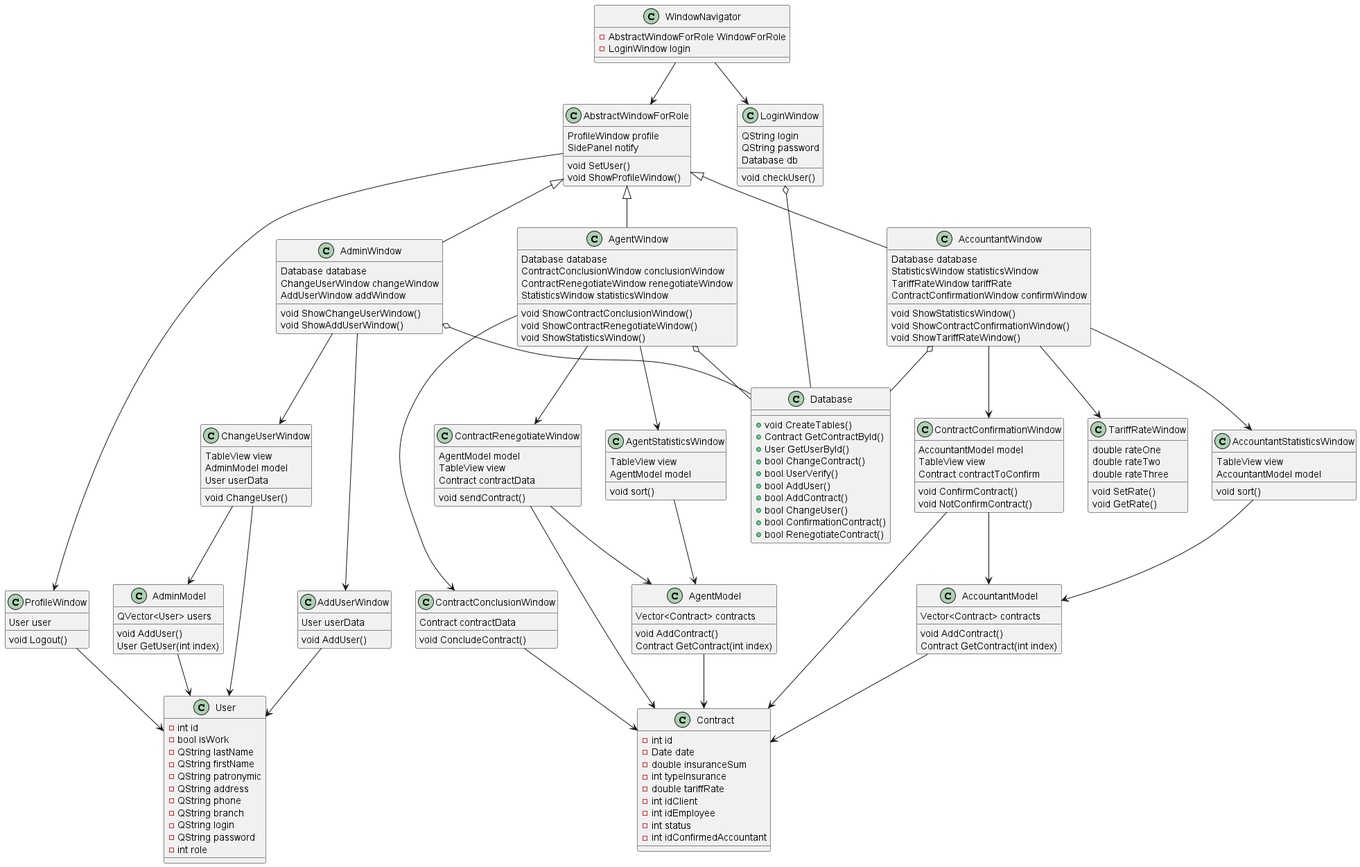
Earlier version of the PlantUML export out/Resource/Диаграмма классов/Класс.png (MiFit1/OSOGO).
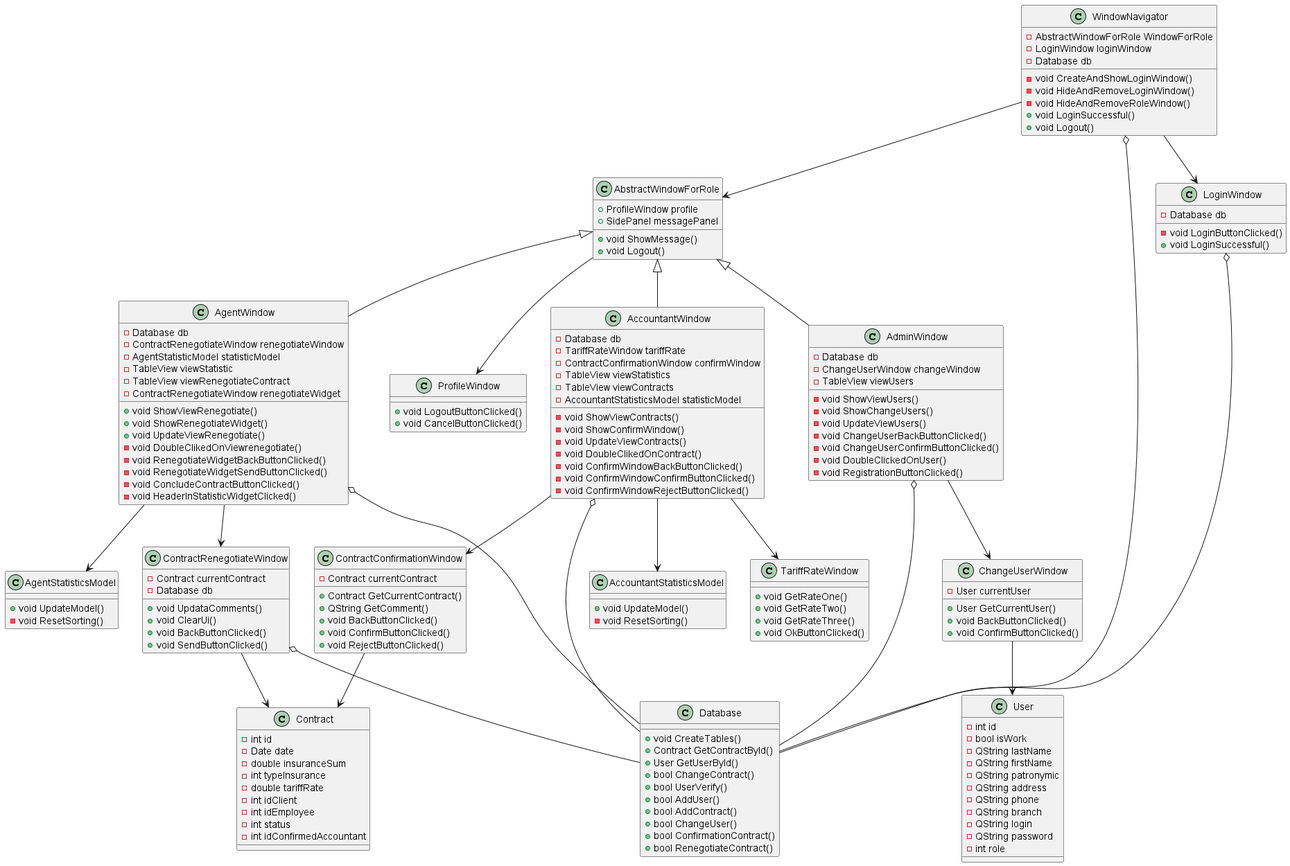
Later version of the same file.

The edit, as a diff of the source:
```diff
@@ -26,79 +26,74 @@
 }
 
 class ProfileWindow{
-   User user
-   void Logout()
+   +void LogoutButtonClicked()
+   +void CancelButtonClicked()
 }
 
 class  LoginWindow{
-   QString login
-   QString password
-   Database db
-   void checkUser()
+   -Database db
+   -void LoginButtonClicked()
+   +void LoginSuccessful()
 }
 
 class TariffRateWindow{
-   double rateOne
-   double rateTwo
-   double rateThree
-   void SetRate()
-   void GetRate()
+   +void GetRateOne()
+   +void GetRateTwo()
+   +void GetRateThree()
+   +void OkButtonClicked()
 }
 
 class ContractConfirmationWindow{
-   AccountantModel model
-   TableView view
-   Contract contractToConfirm
-   void ConfirmContract()
-   void NotConfirmContract()
-}
-
-class ContractConclusionWindow{
-   Contract contractData
-   void ConcludeContract()
+   -Contract currentContract
+   +Contract GetCurrentContract()
+   +QString GetComment()
+   +void BackButtonClicked()
+   +void ConfirmButtonClicked()
+   +void RejectButtonClicked()
 }
 
 class ContractRenegotiateWindow{
-   AgentModel model
-   TableView view
-   Contract contractData
-   void sendContract()
+   -Contract currentContract
+   -Database db
+   +void UpdataComments()
+   +void ClearUi()
+   +void BackButtonClicked()
+   +void SendButtonClicked()
 }
 
-class AccountantStatisticsWindow{
-   TableView view
-   AccountantModel model
-   void sort()
+class AccountantStatisticsModel{
+   +void UpdateModel()
+   -void ResetSorting()
 }
 
-class AgentStatisticsWindow{
-   TableView view
-   AgentModel model
-   void sort()
-}
-
-class AddUserWindow{
-   User userData
-   void AddUser()
+class AgentStatisticsModel{
+   +void UpdateModel()
+   -void ResetSorting()
 }
 
 class ChangeUserWindow{
-   TableView view
-   AdminModel model
-   User userData
-   void ChangeUser()
+   -User currentUser
+   +User GetCurrentUser()
+   +void BackButtonClicked()
+   +void ConfirmButtonClicked()
 }
 
 class AbstractWindowForRole{
-   ProfileWindow profile
-   SidePanel notify
-   void SetUser()
-   void ShowProfileWindow()
+   +ProfileWindow profile
+   +SidePanel messagePanel
+   +void ShowMessage()
+   +void Logout()
 }
 
 class WindowNavigator{
    -AbstractWindowForRole WindowForRole
-   -LoginWindow login
+   -LoginWindow loginWindow
+   -Database db
+   -void CreateAndShowLoginWindow()
+   -void HideAndRemoveLoginWindow()
+   -void HideAndRemoveRoleWindow()
+   +void LoginSuccessful()
+   +void Logout()
 }
 
 class Database {
@@ -115,49 +110,49 @@
 }
 
 class AdminWindow{
-   Database database
-   ChangeUserWindow changeWindow
-   AddUserWindow addWindow
-   void ShowChangeUserWindow()
-   void ShowAddUserWindow()
+   -Database db
+   -ChangeUserWindow changeWindow
+   -TableView viewUsers
+   -void ShowViewUsers()
+   -void ShowChangeUsers()
+   -void UpdateViewUsers()
+   -void ChangeUserBackButtonClicked()
+   -void ChangeUserConfirmButtonClicked()
+   -void DoubleClickedOnUser()
+   -void RegistrationButtonClicked()
 }
 
 class AgentWindow{
-   Database database
-   ContractConclusionWindow conclusionWindow
-   ContractRenegotiateWindow renegotiateWindow
-   StatisticsWindow statisticsWindow
-   void ShowContractConclusionWindow()
-   void ShowContractRenegotiateWindow()
-   void ShowStatisticsWindow()
+   -Database db
+   -ContractRenegotiateWindow renegotiateWindow
+   -AgentStatisticModel statisticModel
+   -TableView viewStatistic
+   -TableView viewRenegotiateContract
+   -ContractRenegotiateWindow renegotiateWidget
+   +void ShowViewRenegotiate()
+   +void ShowRenegotiateWidget()
+   +void UpdateViewRenegotiate()
+   -void DoubleClikedOnViewrenegotiate()
+   -void RenegotiateWidgetBackButtonClicked()
+   -void RenegotiateWidgetSendButtonClicked()
+   -void ConcludeContractButtonClicked()
+   -void HeaderInStatisticWidgetClicked()
 }
 
 class AccountantWindow{
-   Database database
-   StatisticsWindow statisticsWindow
-   TariffRateWindow tariffRate
-   ContractConfirmationWindow confirmWindow
-   void ShowStatisticsWindow()
-   void ShowContractConfirmationWindow()
-   void ShowTariffRateWindow()
-}
-
-class AdminModel{
-   QVector<User> users
-   void AddUser()
-   User GetUser(int index)
-}
-
-class AccountantModel{
-   Vector<Contract> contracts
-   void AddContract()
-   Contract GetContract(int index)
-}
-
-class AgentModel{
-   Vector<Contract> contracts
-   void AddContract()
-   Contract GetContract(int index)
+   -Database db
+   -TariffRateWindow tariffRate
+   -ContractConfirmationWindow confirmWindow
+   -TableView viewStatistics
+   -TableView viewContracts
+   -AccountantStatisticsModel statisticModel
+   -void ShowViewContracts()
+   -void ShowConfirmWindow()
+   -void UpdateViewContracts()
+   -void DoubleClikedOnContract()
+   -void ConfirmWindowBackButtonClicked()
+   -void ConfirmWindowConfirmButtonClicked()
+   -void ConfirmWindowRejectButtonClicked()
 }
 
 AbstractWindowForRole <|-- AdminWindow
@@ -166,33 +161,22 @@
 AgentWindow o-- Database
 AdminWindow o-- Database
 AccountantWindow o-- Database
+WindowNavigator o-- Database
 WindowNavigator --> AbstractWindowForRole
 WindowNavigator --> LoginWindow
-AdminWindow --> AddUserWindow
 AdminWindow --> ChangeUserWindow
-AgentWindow --> ContractConclusionWindow
 AgentWindow --> ContractRenegotiateWindow
-AgentWindow --> AgentStatisticsWindow
-AgentStatisticsWindow --> AgentModel
+AgentWindow --> AgentStatisticsModel
 AccountantWindow --> ContractConfirmationWindow
 AccountantWindow --> TariffRateWindow
-AccountantWindow --> AccountantStatisticsWindow
-AccountantStatisticsWindow --> AccountantModel
+AccountantWindow --> AccountantStatisticsModel
 AbstractWindowForRole --> ProfileWindow
-AgentModel --> Contract
-AccountantModel --> Contract
-AdminModel --> User
-ProfileWindow --> User
 
-AddUserWindow --> User
 ChangeUserWindow --> User
-ChangeUserWindow --> AdminModel
 
-ContractConclusionWindow --> Contract
 ContractRenegotiateWindow --> Contract
-ContractRenegotiateWindow --> AgentModel
+ContractRenegotiateWindow o-- Database
 ContractConfirmationWindow --> Contract
-ContractConfirmationWindow --> AccountantModel
 
 LoginWindow o-- Database
 
```
